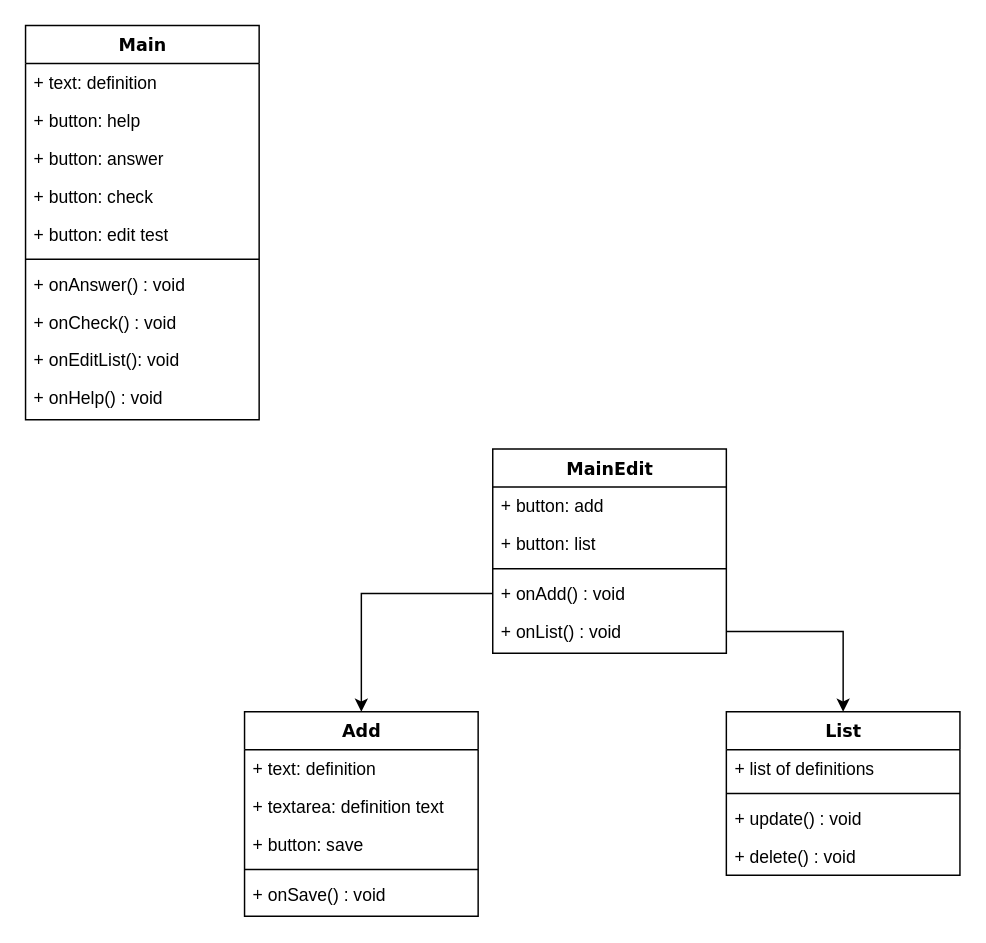
Earlier version of the draw.io diagram Untitled Diagram.drawio (l3r8yJ/isDefinitionApp). Source tidied: cells renumbered, new cells numbered last; positions are measured from the earlier drawing's top-left corner, leaving out a move shared by most shapes. Both pictures are drawn from the tidied source at 146%, with x=0, y=0 at pixel (25, 25).
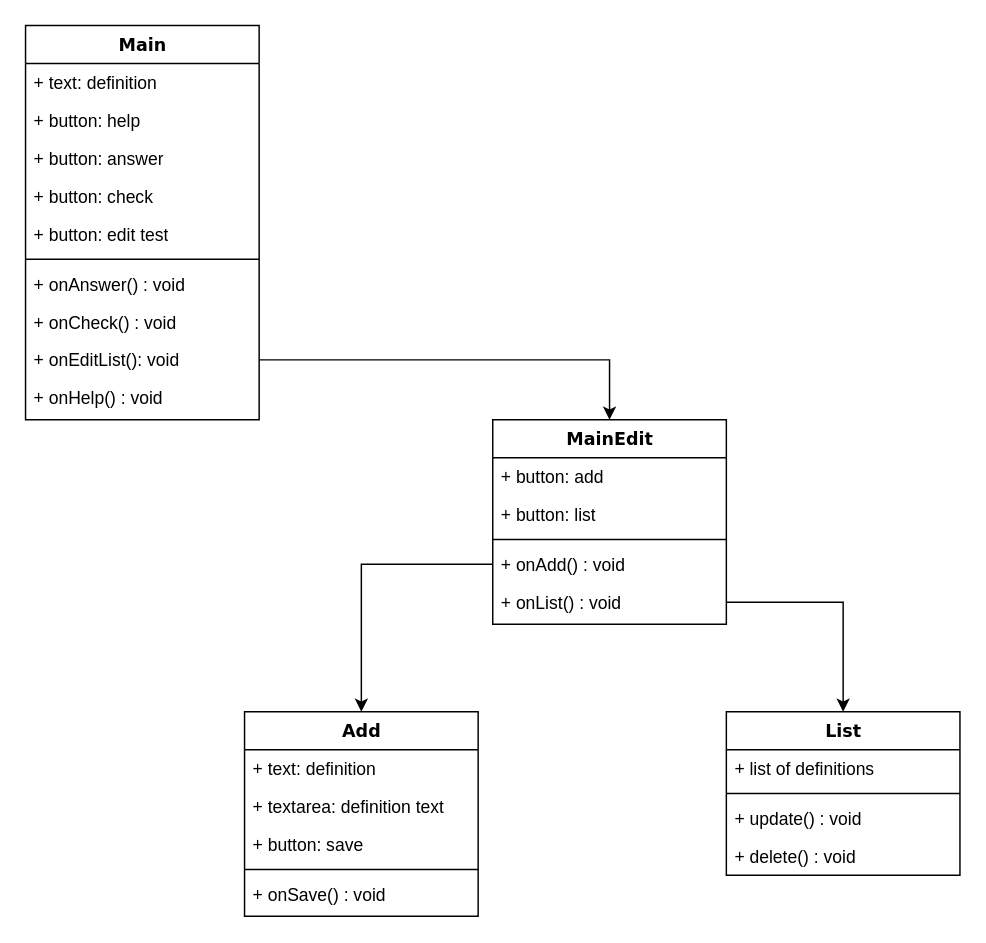
After the change.

Unchanged cells that the change refers to:
```xml
<mxCell id="28" value="+ onEditList(): void" style="text;html=1;strokeColor=none;fillColor=none;align=left;verticalAlign=top;spacingLeft=4;spacingRight=4;whiteSpace=wrap;overflow=hidden;points=[[0,0.5],[1,0.5]];portConstraint=eastwest;" parent="19" vertex="1">
  <mxGeometry y="216" width="160" height="26" as="geometry" />
</mxCell>
```

What changed in the source:
```diff
@@
     <mxCell id="13" value="MainEdit" style="swimlane;html=1;fontStyle=1;align=center;verticalAlign=top;horizontal=1;startSize=26;swimlaneFillColor=#ffffff;rounded=0;shadow=0;comic=0;labelBackgroundColor=none;strokeWidth=1;fillColor=none;fontFamily=Verdana;fontSize=12;" parent="1" vertex="1">
-      <mxGeometry x="320" y="290" width="160" height="140" as="geometry" />
+      <mxGeometry x="320" y="270" width="160" height="140" as="geometry" />
     </mxCell>
@@
+    <mxCell id="32" style="edgeStyle=orthogonalEdgeStyle;rounded=0;jettySize=auto;html=1;entryX=0.5;entryY=0;entryDx=0;entryDy=0;" parent="1" edge="1" source="28" target="13">
+      <mxGeometry relative="1" as="geometry" />
+    </mxCell>
```
